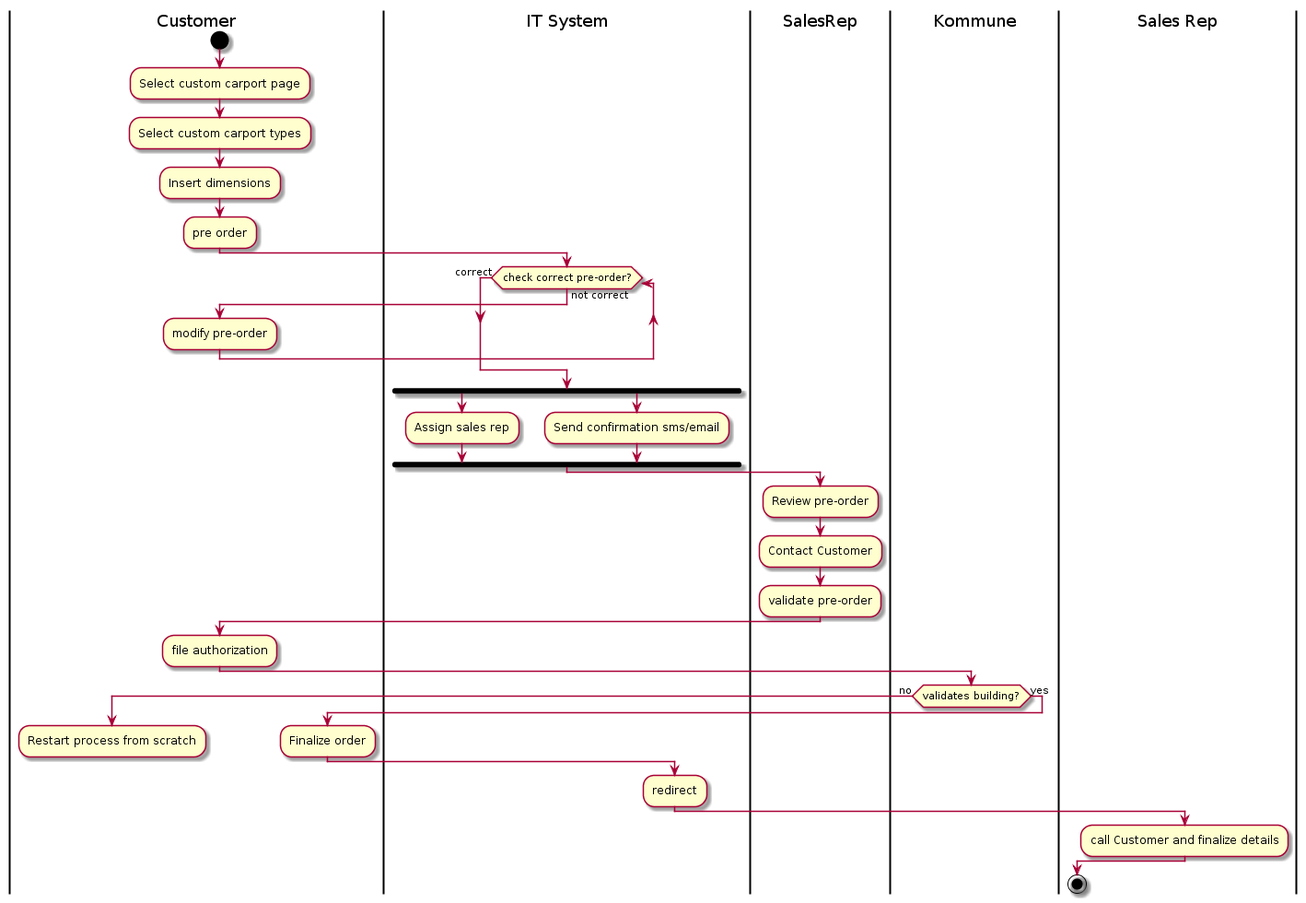
Earlier version of the PlantUML export Activity Diagram.png (ThomasThimothee/FOG-Assignment-C1). The source it was exported from:
```plantuml
@startuml
|Customer|
start
:Select custom carport page;
:Select custom carport types;
:Insert dimensions;
:pre order;
|IT System|
while (check correct pre-order?) is (not correct)
    |Customer|
    :modify pre-order;
endwhile (correct)
|IT System|
fork
    :Assign sales rep;
fork again
    :Send confirmation sms/email;
end fork
|SalesRep|
:Review pre-order;
:Contact Customer;
:validate pre-order;
|Customer|
:file authorization;
|Kommune|
if (validates building?) then (no)
    |Customer|
    :Restart process from scratch;
    detach
else (yes)
    |Customer|
    :Finalize order;
    |IT System|
    :redirect;
    |Sales Rep|
    :call Customer and finalize details;
endif
stop
@enduml
```
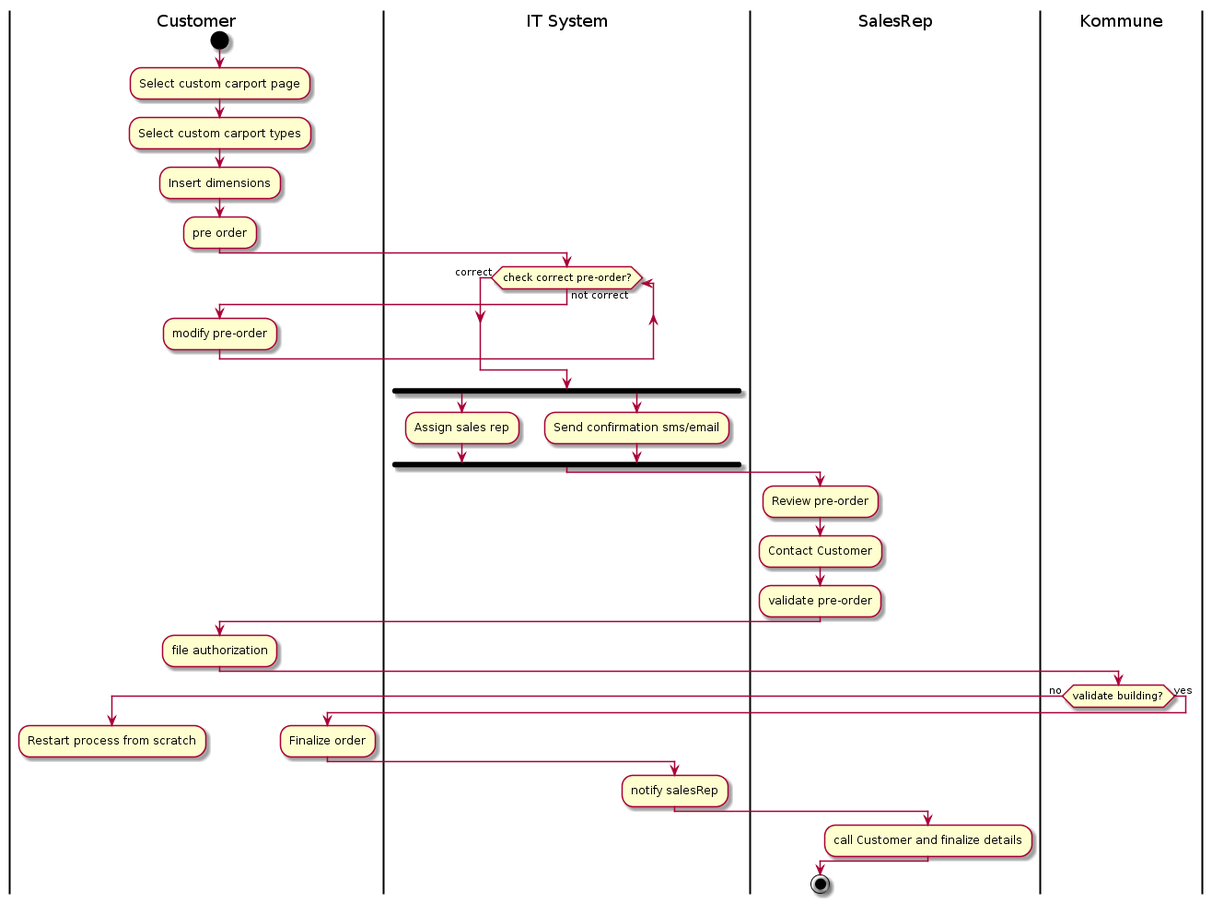
After the commit.

Commit message:
corrected activity diagram

Diff of the diagram source:
```diff
@@ -23,7 +23,7 @@
 |Customer|
 :file authorization;
 |Kommune|
-if (validates building?) then (no)
+if (validate building?) then (no)
     |Customer|
     :Restart process from scratch;
     detach
@@ -31,8 +31,8 @@
     |Customer|
     :Finalize order;
     |IT System|
-    :redirect;
-    |Sales Rep|
+    :notify salesRep;
+    |SalesRep|
     :call Customer and finalize details;
 endif
 stop
```
